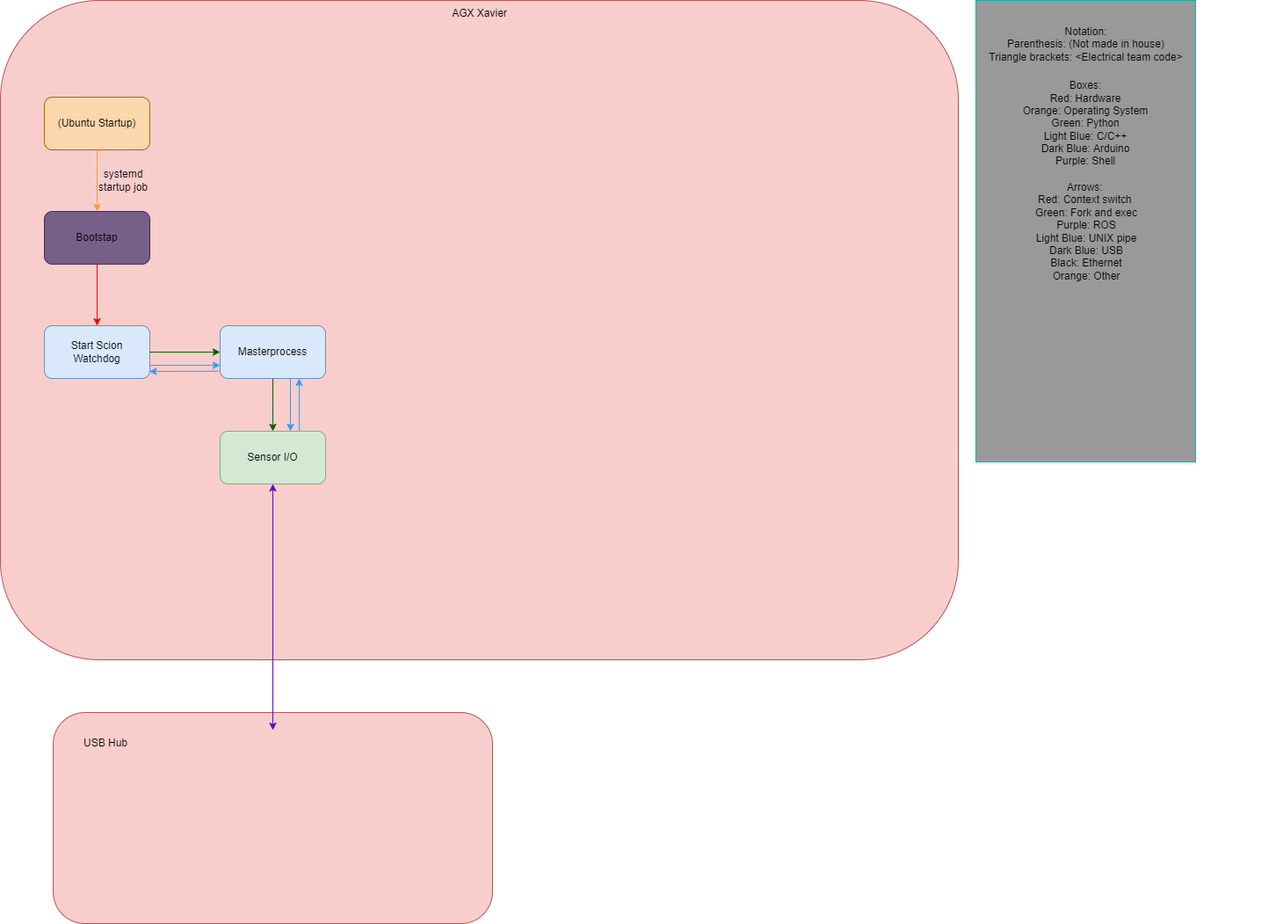
This is docs/img/master_logic_diagram.png from Mechatronics-SDSU/robosub-2022-software, a draw.io export, as it was before one commit. Source tidied: cells renumbered, new cells last; positions are measured from the earlier drawing's top-left corner, leaving out a move shared by most shapes. Its diagram source:
```xml
<mxGraphModel>
  <root>
    <mxCell id="0" />
    <mxCell id="1" parent="0" />
    <mxCell id="2" style="rounded=0;whiteSpace=wrap;html=1;fontColor=#000000;strokeColor=#0DB3B3;fillColor=#999999;" parent="1" vertex="1">
      <mxGeometry x="1110" width="250" height="525" as="geometry" />
    </mxCell>
    <mxCell id="3" style="rounded=1;whiteSpace=wrap;html=1;fillColor=#f8cecc;strokeColor=#b85450;" parent="1" vertex="1">
      <mxGeometry width="1090" height="750" as="geometry" />
    </mxCell>
    <mxCell id="4" value="AGX Xavier" style="text;html=1;align=center;verticalAlign=middle;whiteSpace=wrap;rounded=0;fontColor=#000000;" parent="1" vertex="1">
      <mxGeometry x="442.5" width="205" height="30" as="geometry" />
    </mxCell>
    <mxCell id="5" style="edgeStyle=orthogonalEdgeStyle;rounded=0;jettySize=auto;html=1;exitX=0.75;exitY=0;exitDx=0;exitDy=0;entryX=0.75;entryY=1;entryDx=0;entryDy=0;fontColor=#000000;strokeColor=#3399FF;" parent="1" edge="1" source="16" target="17">
      <mxGeometry relative="1" as="geometry" />
    </mxCell>
    <mxCell id="6" value="&lt;font color=&quot;#000000&quot;&gt;Start Scion&lt;br&gt;Watchdog&lt;br&gt;&lt;/font&gt;" style="rounded=1;whiteSpace=wrap;html=1;fillColor=#dae8fc;strokeColor=#6c8ebf;" parent="1" vertex="1">
      <mxGeometry x="50" y="370" width="120" height="60" as="geometry" />
    </mxCell>
    <mxCell id="7" style="endArrow=classic;html=1;rounded=0;fontColor=#000000;exitX=0.5;exitY=1;exitDx=0;exitDy=0;strokeColor=#006100;entryX=0.5;entryY=0;entryDx=0;entryDy=0;" parent="1" edge="1" source="17" target="16">
      <mxGeometry relative="1" as="geometry">
        <Array as="points">
          <mxPoint x="310" y="460" />
        </Array>
      </mxGeometry>
    </mxCell>
    <mxCell id="8" value="&lt;font color=&quot;#000000&quot;&gt;Bootstap&lt;/font&gt;" style="rounded=1;whiteSpace=wrap;html=1;fillColor=#76608a;strokeColor=#432D57;fontColor=#ffffff;" parent="1" vertex="1">
      <mxGeometry x="50" y="240" width="120" height="60" as="geometry" />
    </mxCell>
    <mxCell id="9" style="endArrow=classic;html=1;rounded=0;fontColor=#000000;exitX=0.5;exitY=1;exitDx=0;exitDy=0;strokeColor=#FF0000;entryX=0.5;entryY=0;entryDx=0;entryDy=0;" parent="1" edge="1" source="8" target="6">
      <mxGeometry relative="1" as="geometry" />
    </mxCell>
    <mxCell id="10" value="Arrows: &lt;br&gt;Red: Context switch &lt;br&gt;Green: Fork and exec&lt;br&gt;Purple: ROS&lt;br&gt;Light Blue: UNIX pipe&lt;br&gt;Dark Blue: USB&lt;br&gt;Black: Ethernet&lt;br&gt;Orange: Other" style="text;html=1;strokeColor=none;fillColor=none;align=center;verticalAlign=middle;whiteSpace=wrap;rounded=0;fontColor=#000000;" parent="1" vertex="1">
      <mxGeometry x="1020.6" y="207.5" width="430" height="110" as="geometry" />
    </mxCell>
    <mxCell id="11" value="Boxes:&lt;br&gt;Red: Hardware&lt;br&gt;Orange: Operating System&lt;br&gt;Green: Python&lt;br&gt;Light Blue: C/C++&lt;br&gt;Dark Blue: Arduino&lt;br&gt;Purple: Shell&lt;br&gt;" style="text;html=1;strokeColor=none;fillColor=none;align=center;verticalAlign=middle;whiteSpace=wrap;rounded=0;fontColor=#000000;" parent="1" vertex="1">
      <mxGeometry x="1020" y="75" width="430" height="130" as="geometry" />
    </mxCell>
    <mxCell id="12" value="&lt;font color=&quot;#000000&quot;&gt;(Ubuntu Startup)&lt;/font&gt;" style="rounded=1;whiteSpace=wrap;html=1;fillColor=#fad7ac;strokeColor=#b46504;" parent="1" vertex="1">
      <mxGeometry x="50" y="110" width="120" height="60" as="geometry" />
    </mxCell>
    <mxCell id="13" style="endArrow=classic;html=1;rounded=0;fontColor=#000000;exitX=0.5;exitY=1;exitDx=0;exitDy=0;strokeColor=#FF9933;" parent="1" edge="1" source="12">
      <mxGeometry relative="1" as="geometry">
        <mxPoint x="110" y="240" as="targetPoint" />
      </mxGeometry>
    </mxCell>
    <mxCell id="14" value="Notation:&lt;br&gt;Parenthesis: (Not made in house)&lt;br&gt;Triangle brackets: &amp;lt;Electrical team code&amp;gt;" style="text;html=1;strokeColor=none;fillColor=none;align=center;verticalAlign=middle;whiteSpace=wrap;rounded=0;fontColor=#000000;" parent="1" vertex="1">
      <mxGeometry x="1110" y="10" width="251.2" height="80" as="geometry" />
    </mxCell>
    <mxCell id="15" value="systemd&lt;br&gt;startup job" style="text;html=1;strokeColor=none;fillColor=none;align=center;verticalAlign=middle;whiteSpace=wrap;rounded=0;fontColor=#000000;" parent="1" vertex="1">
      <mxGeometry x="90" y="160" width="100" height="90" as="geometry" />
    </mxCell>
    <mxCell id="16" value="&lt;font color=&quot;#000000&quot;&gt;Sensor I/O&lt;/font&gt;" style="rounded=1;whiteSpace=wrap;html=1;strokeColor=#82b366;fillColor=#d5e8d4;" parent="1" vertex="1">
      <mxGeometry x="250" y="490" width="120" height="60" as="geometry" />
    </mxCell>
    <mxCell id="17" value="&lt;font color=&quot;#000000&quot;&gt;Masterprocess&lt;/font&gt;" style="rounded=1;whiteSpace=wrap;html=1;strokeColor=#6c8ebf;fillColor=#dae8fc;" parent="1" vertex="1">
      <mxGeometry x="250" y="370" width="120" height="60" as="geometry" />
    </mxCell>
    <mxCell id="18" style="endArrow=classic;html=1;rounded=0;fontColor=#000000;exitX=0.5;exitY=1;exitDx=0;exitDy=0;strokeColor=#3399FF;" parent="1" edge="1">
      <mxGeometry relative="1" as="geometry">
        <mxPoint x="330" y="430" as="sourcePoint" />
        <mxPoint x="330" y="490" as="targetPoint" />
      </mxGeometry>
    </mxCell>
    <mxCell id="19" style="endArrow=classic;html=1;rounded=0;fontColor=#000000;strokeColor=#3399FF;entryX=0.994;entryY=0.867;entryDx=0;entryDy=0;entryPerimeter=0;exitX=-0.011;exitY=0.861;exitDx=0;exitDy=0;exitPerimeter=0;" parent="1" edge="1" source="17" target="6">
      <mxGeometry relative="1" as="geometry" />
    </mxCell>
    <mxCell id="20" style="endArrow=classic;html=1;rounded=0;fontColor=#000000;strokeColor=#3399FF;entryX=0;entryY=0.75;entryDx=0;entryDy=0;exitX=1;exitY=0.75;exitDx=0;exitDy=0;" parent="1" edge="1" source="6" target="17">
      <mxGeometry relative="1" as="geometry" />
    </mxCell>
    <mxCell id="21" style="endArrow=classic;html=1;rounded=0;fontColor=#000000;exitX=1;exitY=0.5;exitDx=0;exitDy=0;strokeColor=#006100;entryX=0;entryY=0.5;entryDx=0;entryDy=0;" parent="1" edge="1" source="6" target="17">
      <mxGeometry relative="1" as="geometry" />
    </mxCell>
    <mxCell id="22" style="rounded=1;whiteSpace=wrap;html=1;strokeColor=#b85450;fillColor=#f8cecc;" parent="1" vertex="1">
      <mxGeometry x="60" y="810" width="500" height="240" as="geometry" />
    </mxCell>
    <mxCell id="23" value="USB Hub" style="text;html=1;strokeColor=none;fillColor=none;align=center;verticalAlign=middle;whiteSpace=wrap;rounded=0;fontColor=#000000;" parent="1" vertex="1">
      <mxGeometry x="90" y="830" width="60" height="30" as="geometry" />
    </mxCell>
    <mxCell id="24" style="endArrow=classic;startArrow=classic;html=1;rounded=0;fontColor=#000000;strokeColor=#6600CC;entryX=0.5;entryY=1;entryDx=0;entryDy=0;" parent="1" edge="1" target="16">
      <mxGeometry relative="1" as="geometry">
        <mxPoint x="310" y="830" as="sourcePoint" />
      </mxGeometry>
    </mxCell>
  </root>
</mxGraphModel>
```
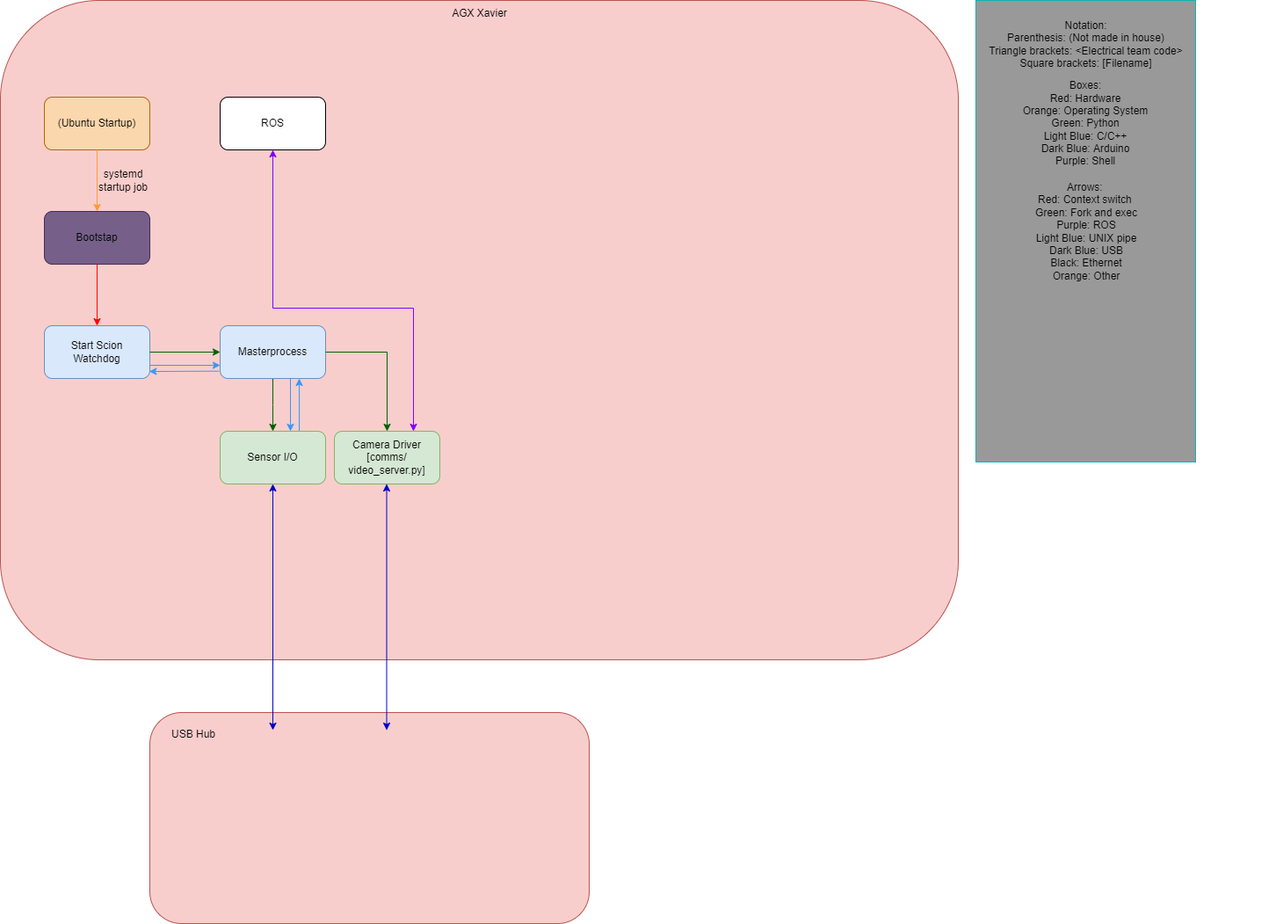
Above is the later version.

Commit message:
Video Server added

What changed in the source:
```diff
@@ -44,7 +44,7 @@
         <mxPoint x="110" y="240" as="targetPoint" />
       </mxGeometry>
     </mxCell>
-    <mxCell id="14" value="Notation:&lt;br&gt;Parenthesis: (Not made in house)&lt;br&gt;Triangle brackets: &amp;lt;Electrical team code&amp;gt;" style="text;html=1;strokeColor=none;fillColor=none;align=center;verticalAlign=middle;whiteSpace=wrap;rounded=0;fontColor=#000000;" parent="1" vertex="1">
+    <mxCell id="14" value="Notation:&lt;br&gt;Parenthesis: (Not made in house)&lt;br&gt;Triangle brackets: &amp;lt;Electrical team code&amp;gt;&lt;br&gt;Square brackets: [Filename]" style="text;html=1;strokeColor=none;fillColor=none;align=center;verticalAlign=middle;whiteSpace=wrap;rounded=0;fontColor=#000000;" parent="1" vertex="1">
       <mxGeometry x="1110" y="10" width="251.2" height="80" as="geometry" />
     </mxCell>
     <mxCell id="15" value="systemd&lt;br&gt;startup job" style="text;html=1;strokeColor=none;fillColor=none;align=center;verticalAlign=middle;whiteSpace=wrap;rounded=0;fontColor=#000000;" parent="1" vertex="1">
@@ -72,15 +72,42 @@
       <mxGeometry relative="1" as="geometry" />
     </mxCell>
     <mxCell id="22" style="rounded=1;whiteSpace=wrap;html=1;strokeColor=#b85450;fillColor=#f8cecc;" parent="1" vertex="1">
-      <mxGeometry x="60" y="810" width="500" height="240" as="geometry" />
+      <mxGeometry x="170" y="810" width="500" height="240" as="geometry" />
     </mxCell>
     <mxCell id="23" value="USB Hub" style="text;html=1;strokeColor=none;fillColor=none;align=center;verticalAlign=middle;whiteSpace=wrap;rounded=0;fontColor=#000000;" parent="1" vertex="1">
-      <mxGeometry x="90" y="830" width="60" height="30" as="geometry" />
+      <mxGeometry x="190" y="820" width="60" height="30" as="geometry" />
     </mxCell>
-    <mxCell id="24" style="endArrow=classic;startArrow=classic;html=1;rounded=0;fontColor=#000000;strokeColor=#6600CC;entryX=0.5;entryY=1;entryDx=0;entryDy=0;" parent="1" edge="1" target="16">
+    <mxCell id="24" style="endArrow=classic;startArrow=classic;html=1;rounded=0;fontColor=#000000;strokeColor=#0000CC;entryX=0.5;entryY=1;entryDx=0;entryDy=0;" parent="1" edge="1" target="16">
       <mxGeometry relative="1" as="geometry">
         <mxPoint x="310" y="830" as="sourcePoint" />
       </mxGeometry>
     </mxCell>
+    <mxCell id="25" value="&lt;font color=&quot;#000000&quot;&gt;Camera Driver&lt;br&gt;[comms/&lt;br&gt;video_server.py]&lt;br&gt;&lt;/font&gt;" style="rounded=1;whiteSpace=wrap;html=1;strokeColor=#82b366;fillColor=#d5e8d4;" parent="1" vertex="1">
+      <mxGeometry x="380" y="490" width="120" height="60" as="geometry" />
+    </mxCell>
+    <mxCell id="26" style="endArrow=classic;html=1;rounded=0;fontColor=#000000;exitX=1;exitY=0.5;exitDx=0;exitDy=0;strokeColor=#006100;entryX=0.5;entryY=0;entryDx=0;entryDy=0;" parent="1" edge="1" source="17" target="25">
+      <mxGeometry relative="1" as="geometry">
+        <Array as="points">
+          <mxPoint x="440" y="400" />
+        </Array>
+      </mxGeometry>
+    </mxCell>
+    <mxCell id="27" style="endArrow=classic;startArrow=classic;html=1;rounded=0;fontColor=#000000;strokeColor=#0000CC;entryX=0.5;entryY=1;entryDx=0;entryDy=0;" parent="1" edge="1">
+      <mxGeometry relative="1" as="geometry">
+        <mxPoint x="439.5" y="830" as="sourcePoint" />
+        <mxPoint x="439.5" y="550" as="targetPoint" />
+      </mxGeometry>
+    </mxCell>
+    <mxCell id="28" value="ROS" style="rounded=1;whiteSpace=wrap;html=1;" parent="1" vertex="1">
+      <mxGeometry x="250" y="110" width="120" height="60" as="geometry" />
+    </mxCell>
+    <mxCell id="29" style="endArrow=classic;startArrow=classic;html=1;rounded=0;strokeColor=#7F00FF;exitX=0.75;exitY=0;exitDx=0;exitDy=0;entryX=0.5;entryY=1;entryDx=0;entryDy=0;" parent="1" edge="1" source="25" target="28">
+      <mxGeometry relative="1" as="geometry">
+        <Array as="points">
+          <mxPoint x="470" y="350" />
+          <mxPoint x="310" y="350" />
+        </Array>
+      </mxGeometry>
+    </mxCell>
   </root>
 </mxGraphModel>
```
